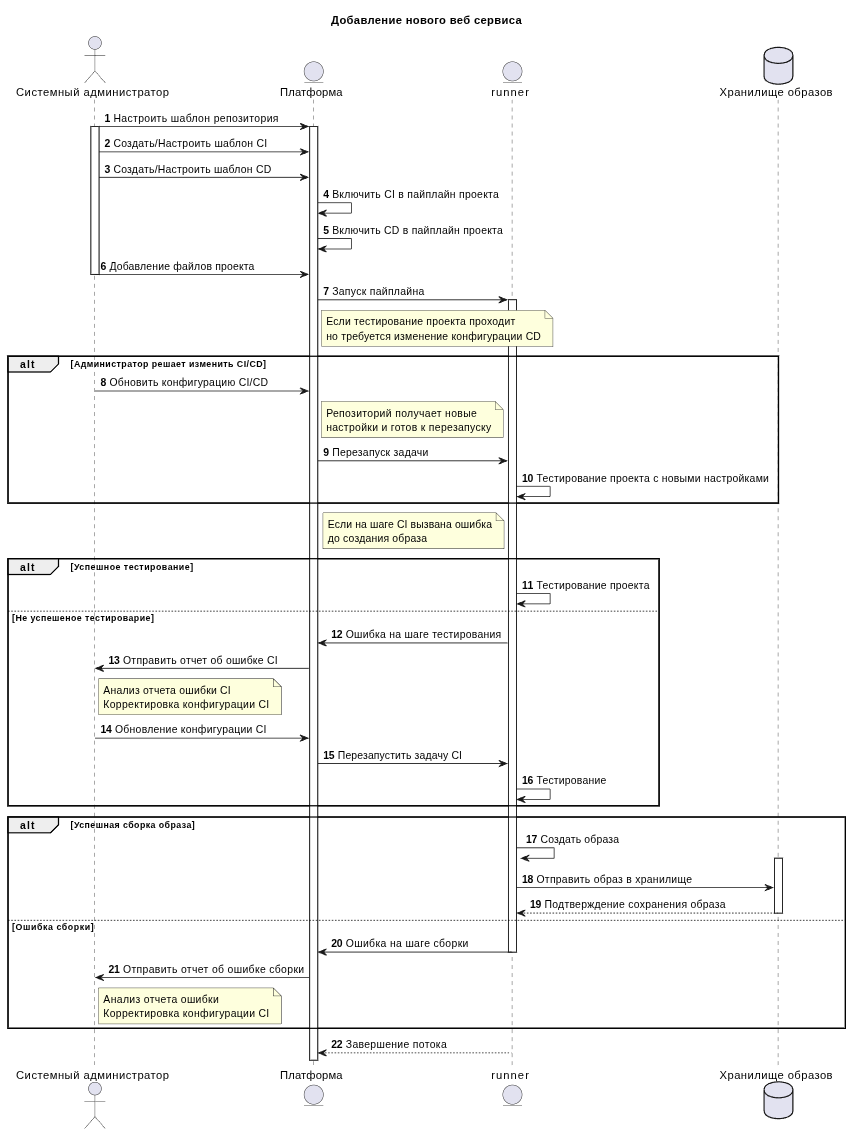
Above: Img/Sequence диаграмма 1.png in AntSib/prog-tools-uml (PlantUML), before the change. Its source is kept beside it as Диаграммы/Sequence диаграмма 1.wsd.
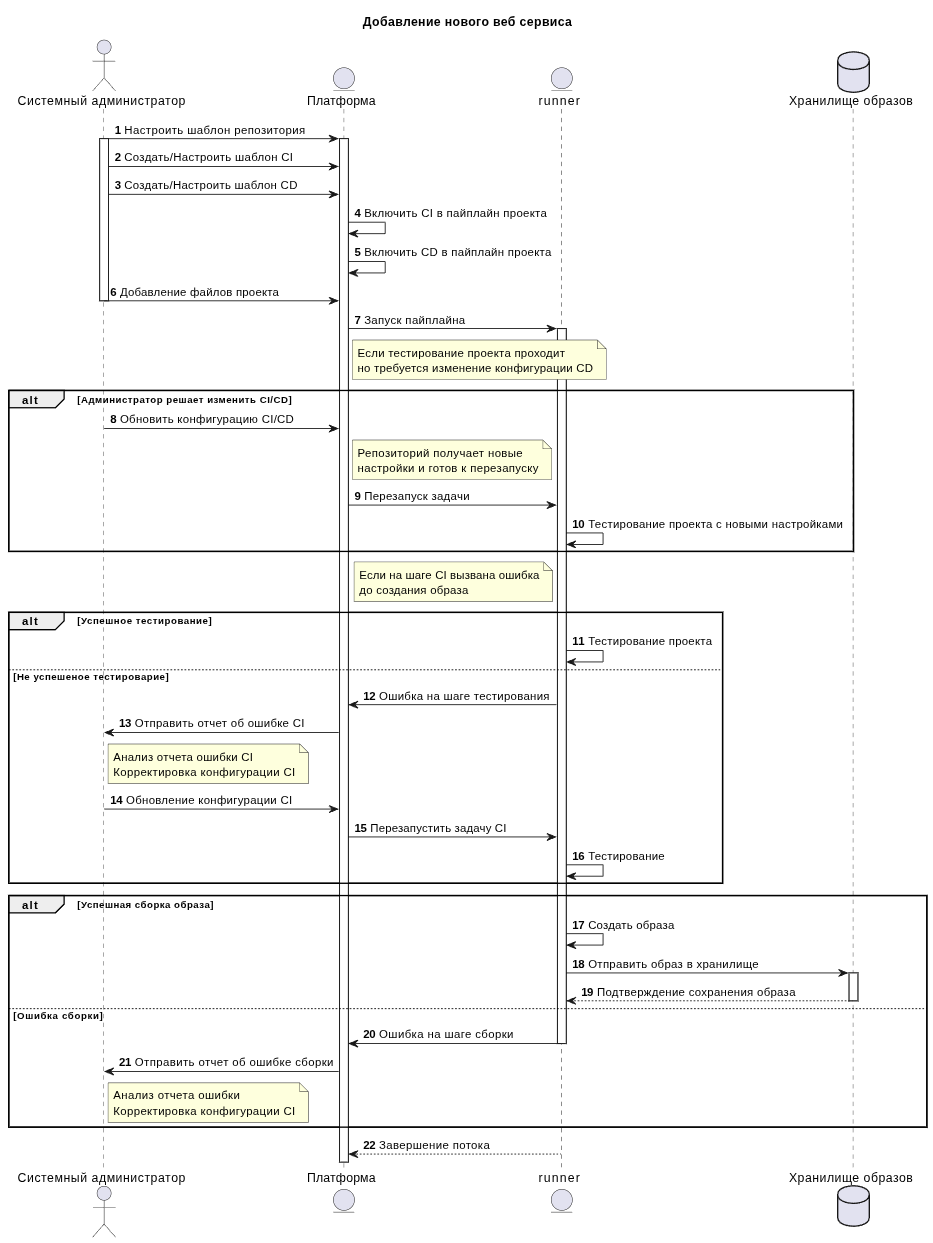
Above is the later version.

Commit message:
Обновление Sequence

The edit, as a diff of the source:
```diff
@@ -63,8 +63,8 @@
 
 alt Успешная сборка образа
     runner -> runner: Создать образа
+    runner -> img_storage: Отправить образ в хранилище
     activate img_storage
-    runner -> img_storage: Отправить образ в хранилище
     img_storage --> runner : Подтверждение сохранения образа
     deactivate img_storage
 else Ошибка сборки
```
